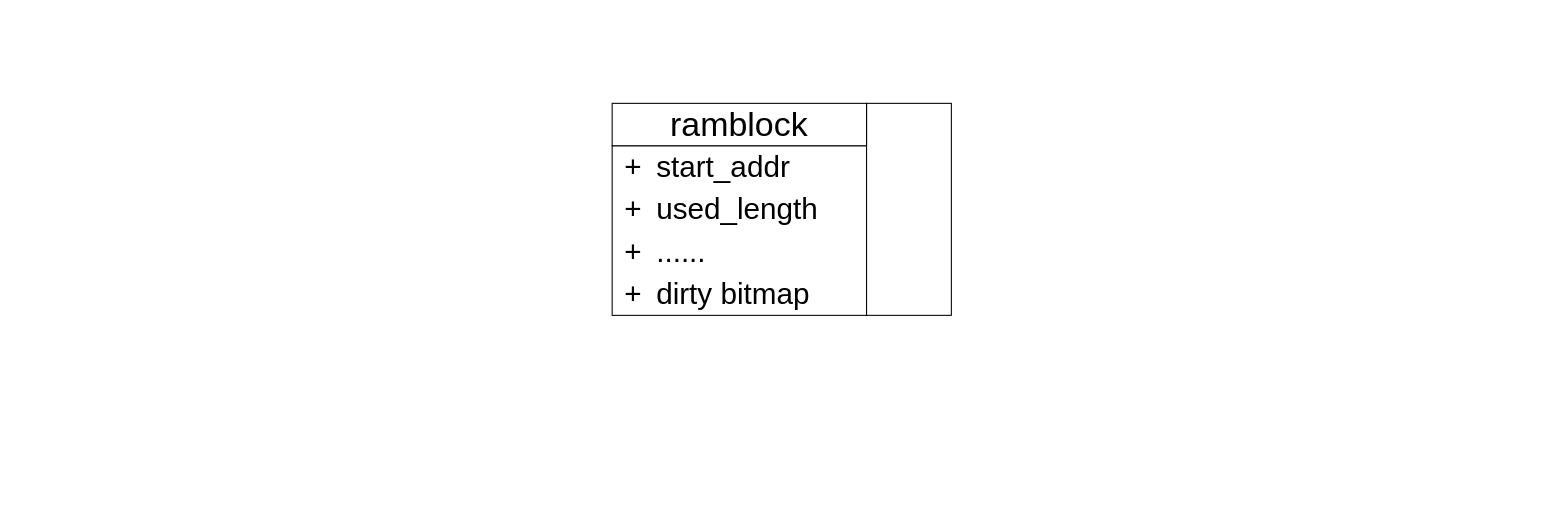
Above: mid-report/motivation.bitmap.drawio in xuyizhe1999/drawio (draw.io), before the change. Source tidied: cells renumbered, new cells numbered last; positions are measured from the earlier drawing's top-left corner, leaving out a move shared by most shapes. Both pictures are drawn from the tidied source at 106%, with x=0, y=0 at pixel (612, 103).
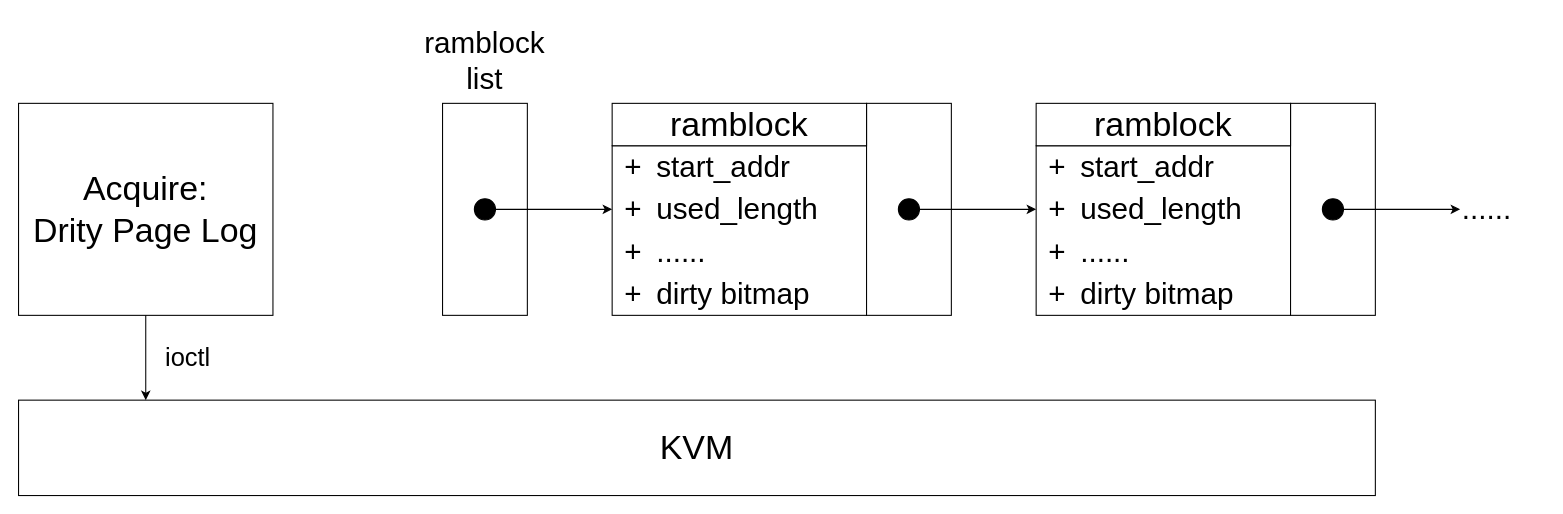
The same page after the edit.

Commit message (it also covers changes not shown here):
更新mid-report/motivation.bitmap.drawio

The change refers to these unchanged cells:
```xml
<mxCell id="10" value="&lt;font style=&quot;font-size: 28px;&quot;&gt;+&lt;/font&gt;" style="text;html=1;strokeColor=none;fillColor=none;align=center;verticalAlign=middle;whiteSpace=wrap;rounded=0;" parent="1" vertex="1">
  <mxGeometry y="80" width="40" height="40" as="geometry" />
</mxCell>
```

What changed in the source:
```diff
@@
+    <mxCell id="13" style="rounded=0;whiteSpace=wrap;html=1;align=left;" parent="1" vertex="1">
+      <mxGeometry x="400" y="40" width="240" height="160" as="geometry" />
+    </mxCell>
+    <mxCell id="14" style="rounded=0;whiteSpace=wrap;html=1;" parent="1" vertex="1">
+      <mxGeometry x="640" width="80" height="200" as="geometry" />
+    </mxCell>
+    <mxCell id="15" value="&lt;font style=&quot;font-size: 32px;&quot;&gt;ramblock&lt;/font&gt;" style="rounded=0;whiteSpace=wrap;html=1;" parent="1" vertex="1">
+      <mxGeometry x="400" width="240" height="40" as="geometry" />
+    </mxCell>
+    <mxCell id="16" value="&lt;span style=&quot;background-color: initial;&quot;&gt;&lt;font style=&quot;font-size: 28px;&quot;&gt;dirty bitmap&lt;/font&gt;&lt;/span&gt;" style="text;html=1;strokeColor=none;fillColor=none;align=left;verticalAlign=middle;whiteSpace=wrap;rounded=0;" parent="1" vertex="1">
+      <mxGeometry x="440" y="160" width="200" height="40" as="geometry" />
+    </mxCell>
+    <mxCell id="17" value="&lt;font style=&quot;font-size: 28px;&quot;&gt;+&lt;/font&gt;" style="text;html=1;strokeColor=none;fillColor=none;align=center;verticalAlign=middle;whiteSpace=wrap;rounded=0;" parent="1" vertex="1">
+      <mxGeometry x="400" y="160" width="40" height="40" as="geometry" />
+    </mxCell>
+    <mxCell id="18" value="&lt;span style=&quot;background-color: initial;&quot;&gt;&lt;font style=&quot;font-size: 28px;&quot;&gt;start_addr&lt;/font&gt;&lt;/span&gt;" style="text;html=1;strokeColor=none;fillColor=none;align=left;verticalAlign=middle;whiteSpace=wrap;rounded=0;" parent="1" vertex="1">
+      <mxGeometry x="440" y="40" width="200" height="40" as="geometry" />
+    </mxCell>
+    <mxCell id="19" value="&lt;font style=&quot;font-size: 28px;&quot;&gt;+&lt;/font&gt;" style="text;html=1;strokeColor=none;fillColor=none;align=center;verticalAlign=middle;whiteSpace=wrap;rounded=0;" parent="1" vertex="1">
+      <mxGeometry x="400" y="40" width="40" height="40" as="geometry" />
+    </mxCell>
+    <mxCell id="20" value="&lt;span style=&quot;background-color: initial;&quot;&gt;&lt;font style=&quot;font-size: 28px;&quot;&gt;used_length&lt;/font&gt;&lt;/span&gt;" style="text;html=1;strokeColor=none;fillColor=none;align=left;verticalAlign=middle;whiteSpace=wrap;rounded=0;" parent="1" vertex="1">
+      <mxGeometry x="440" y="80" width="200" height="40" as="geometry" />
+    </mxCell>
+    <mxCell id="21" value="&lt;font style=&quot;font-size: 28px;&quot;&gt;+&lt;/font&gt;" style="text;html=1;strokeColor=none;fillColor=none;align=center;verticalAlign=middle;whiteSpace=wrap;rounded=0;" parent="1" vertex="1">
+      <mxGeometry x="400" y="80" width="40" height="40" as="geometry" />
+    </mxCell>
+    <mxCell id="22" value="&lt;span style=&quot;background-color: initial;&quot;&gt;&lt;font style=&quot;font-size: 28px;&quot;&gt;......&lt;/font&gt;&lt;/span&gt;" style="text;html=1;strokeColor=none;fillColor=none;align=left;verticalAlign=middle;whiteSpace=wrap;rounded=0;" parent="1" vertex="1">
+      <mxGeometry x="440" y="120" width="200" height="40" as="geometry" />
+    </mxCell>
+    <mxCell id="23" value="&lt;font style=&quot;font-size: 28px;&quot;&gt;+&lt;/font&gt;" style="text;html=1;strokeColor=none;fillColor=none;align=center;verticalAlign=middle;whiteSpace=wrap;rounded=0;" parent="1" vertex="1">
+      <mxGeometry x="400" y="120" width="40" height="40" as="geometry" />
+    </mxCell>
+    <mxCell id="24" style="rounded=0;whiteSpace=wrap;html=1;" parent="1" vertex="1">
+      <mxGeometry x="-160" width="80" height="200" as="geometry" />
+    </mxCell>
+    <mxCell id="25" style="edgeStyle=orthogonalEdgeStyle;rounded=0;jettySize=auto;html=1;exitX=1;exitY=0.5;exitDx=0;exitDy=0;entryX=0;entryY=0.5;entryDx=0;entryDy=0;" parent="1" edge="1" source="26" target="10">
+      <mxGeometry relative="1" as="geometry" />
+    </mxCell>
+    <mxCell id="26" style="ellipse;whiteSpace=wrap;html=1;fillColor=#000000;" parent="1" vertex="1">
+      <mxGeometry x="-130" y="90" width="20" height="20" as="geometry" />
+    </mxCell>
+    <mxCell id="27" value="&lt;div style=&quot;&quot;&gt;&lt;span style=&quot;font-size: 28px; background-color: initial;&quot;&gt;ramblock&lt;/span&gt;&lt;/div&gt;&lt;span style=&quot;background-color: initial;&quot;&gt;&lt;div style=&quot;&quot;&gt;&lt;span style=&quot;font-size: 28px; background-color: initial;&quot;&gt;list&lt;/span&gt;&lt;/div&gt;&lt;/span&gt;" style="text;html=1;strokeColor=none;fillColor=none;align=center;verticalAlign=middle;whiteSpace=wrap;rounded=0;" parent="1" vertex="1">
+      <mxGeometry x="-200" y="-80" width="160" height="80" as="geometry" />
+    </mxCell>
+    <mxCell id="28" style="edgeStyle=orthogonalEdgeStyle;rounded=0;jettySize=auto;html=1;exitX=1;exitY=0.5;exitDx=0;exitDy=0;entryX=0;entryY=0.5;entryDx=0;entryDy=0;" parent="1" edge="1" source="29" target="21">
+      <mxGeometry relative="1" as="geometry" />
+    </mxCell>
+    <mxCell id="29" style="ellipse;whiteSpace=wrap;html=1;fillColor=#000000;" parent="1" vertex="1">
+      <mxGeometry x="270" y="90" width="20" height="20" as="geometry" />
+    </mxCell>
+    <mxCell id="30" style="edgeStyle=orthogonalEdgeStyle;rounded=0;jettySize=auto;html=1;exitX=1;exitY=0.5;exitDx=0;exitDy=0;" parent="1" edge="1" source="31">
+      <mxGeometry relative="1" as="geometry">
+        <mxPoint x="800" y="100" as="targetPoint" />
+      </mxGeometry>
+    </mxCell>
+    <mxCell id="31" style="ellipse;whiteSpace=wrap;html=1;fillColor=#000000;" parent="1" vertex="1">
+      <mxGeometry x="670" y="90" width="20" height="20" as="geometry" />
+    </mxCell>
+    <mxCell id="32" value="&lt;span style=&quot;background-color: initial;&quot;&gt;&lt;font style=&quot;font-size: 28px;&quot;&gt;......&lt;/font&gt;&lt;/span&gt;" style="text;html=1;strokeColor=none;fillColor=none;align=left;verticalAlign=middle;whiteSpace=wrap;rounded=0;" parent="1" vertex="1">
+      <mxGeometry x="800" y="80" width="80" height="40" as="geometry" />
+    </mxCell>
+    <mxCell id="33" value="&lt;font style=&quot;font-size: 32px;&quot;&gt;Acquire:&lt;br&gt;Drity Page Log&lt;br&gt;&lt;/font&gt;" style="rounded=0;whiteSpace=wrap;html=1;" parent="1" vertex="1">
+      <mxGeometry x="-560" width="240" height="200" as="geometry" />
+    </mxCell>
+    <mxCell id="34" value="&lt;font style=&quot;font-size: 32px;&quot;&gt;KVM&lt;/font&gt;" style="rounded=0;whiteSpace=wrap;html=1;" parent="1" vertex="1">
+      <mxGeometry x="-560" y="280" width="1280" height="90" as="geometry" />
+    </mxCell>
+    <mxCell id="35" style="endArrow=classic;html=1;rounded=0;" parent="1" edge="1">
+      <mxGeometry relative="1" as="geometry">
+        <mxPoint x="-440" y="200" as="sourcePoint" />
+        <mxPoint x="-440" y="280" as="targetPoint" />
+      </mxGeometry>
+    </mxCell>
+    <mxCell id="36" value="&lt;font style=&quot;font-size: 24px;&quot;&gt;ioctl&lt;/font&gt;" style="text;html=1;strokeColor=none;fillColor=none;align=center;verticalAlign=middle;whiteSpace=wrap;rounded=0;" parent="1" vertex="1">
+      <mxGeometry x="-440" y="220" width="80" height="40" as="geometry" />
+    </mxCell>
```
